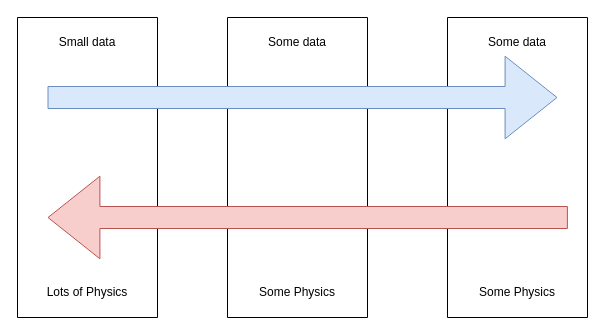
Before: 数据物理.drawio in 5huanghuai/Diagram, a draw.io diagram. Source tidied: cells renumbered, new cells numbered last; positions are measured from the earlier drawing's top-left corner, leaving out a move shared by most shapes. Both pictures are drawn from the tidied source at 100%, with x=0, y=0 at pixel (17, 17).
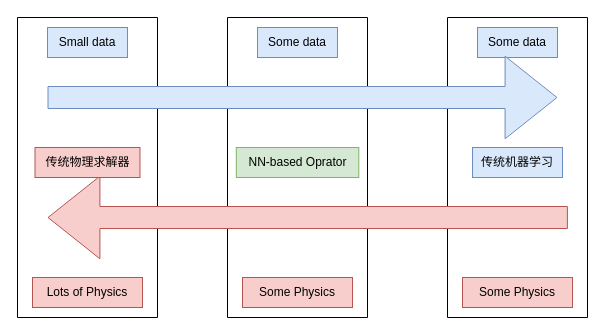
The same diagram, later.

Commit message (it also covers changes not shown here):
更新数据物理.drawio

What changed in the source:
```diff
@@
 <mxGraphModel>
   <root>
     <mxCell id="0" />
     <mxCell id="1" parent="0" />
     <mxCell id="2" style="verticalLabelPosition=bottom;verticalAlign=top;html=1;shape=mxgraph.basic.rect;fillColor2=none;strokeWidth=1;size=20;indent=5;" parent="1" vertex="1">
       <mxGeometry x="430" width="140" height="300" as="geometry" />
     </mxCell>
-    <mxCell id="3" value="Some data" style="text;html=1;strokeColor=none;fillColor=none;align=center;verticalAlign=middle;whiteSpace=wrap;rounded=0;" parent="1" vertex="1">
+    <mxCell id="3" value="Some data" style="text;html=1;strokeColor=#6c8ebf;fillColor=#dae8fc;align=center;verticalAlign=middle;whiteSpace=wrap;rounded=0;" parent="1" vertex="1">
       <mxGeometry x="460" y="10" width="80" height="30" as="geometry" />
     </mxCell>
-    <mxCell id="4" value="Some Physics" style="text;html=1;strokeColor=none;fillColor=none;align=center;verticalAlign=middle;whiteSpace=wrap;rounded=0;" parent="1" vertex="1">
+    <mxCell id="4" value="Some Physics" style="text;html=1;strokeColor=#b85450;fillColor=#f8cecc;align=center;verticalAlign=middle;whiteSpace=wrap;rounded=0;" parent="1" vertex="1">
       <mxGeometry x="445" y="260" width="110" height="30" as="geometry" />
     </mxCell>
     <mxCell id="5" style="verticalLabelPosition=bottom;verticalAlign=top;html=1;shape=mxgraph.basic.rect;fillColor2=none;strokeWidth=1;size=20;indent=5;" parent="1" vertex="1">
       <mxGeometry x="210" width="140" height="300" as="geometry" />
     </mxCell>
-    <mxCell id="6" value="Some data" style="text;html=1;strokeColor=none;fillColor=none;align=center;verticalAlign=middle;whiteSpace=wrap;rounded=0;" parent="1" vertex="1">
+    <mxCell id="6" value="Some data" style="text;html=1;strokeColor=#6c8ebf;fillColor=#dae8fc;align=center;verticalAlign=middle;whiteSpace=wrap;rounded=0;" parent="1" vertex="1">
       <mxGeometry x="240" y="10" width="80" height="30" as="geometry" />
     </mxCell>
-    <mxCell id="7" value="Some Physics" style="text;html=1;strokeColor=none;fillColor=none;align=center;verticalAlign=middle;whiteSpace=wrap;rounded=0;" parent="1" vertex="1">
+    <mxCell id="7" value="Some Physics" style="text;html=1;strokeColor=#b85450;fillColor=#f8cecc;align=center;verticalAlign=middle;whiteSpace=wrap;rounded=0;" parent="1" vertex="1">
       <mxGeometry x="225" y="260" width="110" height="30" as="geometry" />
     </mxCell>
     <mxCell id="8" style="verticalLabelPosition=bottom;verticalAlign=top;html=1;shape=mxgraph.basic.rect;fillColor2=none;strokeWidth=1;size=20;indent=5;" parent="1" vertex="1">
       <mxGeometry width="140" height="300" as="geometry" />
     </mxCell>
     <mxCell id="9" style="shape=flexArrow;endArrow=classic;html=1;rounded=0;width=22;endSize=16.972;endWidth=59.6;fillColor=#dae8fc;strokeColor=#6c8ebf;" parent="1" edge="1">
       <mxGeometry relative="1" as="geometry">
         <mxPoint x="30" y="80" as="sourcePoint" />
         <mxPoint x="540" y="80" as="targetPoint" />
       </mxGeometry>
     </mxCell>
     <mxCell id="10" style="shape=flexArrow;endArrow=classic;html=1;rounded=0;width=22;endSize=16.972;endWidth=59.6;fillColor=#f8cecc;strokeColor=#b85450;" parent="1" edge="1">
       <mxGeometry relative="1" as="geometry">
         <mxPoint x="550.4" y="200" as="sourcePoint" />
         <mxPoint x="30" y="200" as="targetPoint" />
       </mxGeometry>
     </mxCell>
-    <mxCell id="11" value="Small data" style="text;html=1;strokeColor=none;fillColor=none;align=center;verticalAlign=middle;whiteSpace=wrap;rounded=0;" parent="1" vertex="1">
+    <mxCell id="11" value="Small data" style="text;html=1;strokeColor=#6c8ebf;fillColor=#dae8fc;align=center;verticalAlign=middle;whiteSpace=wrap;rounded=0;" parent="1" vertex="1">
       <mxGeometry x="30" y="10" width="80" height="30" as="geometry" />
     </mxCell>
-    <mxCell id="12" value="Lots of Physics" style="text;html=1;strokeColor=none;fillColor=none;align=center;verticalAlign=middle;whiteSpace=wrap;rounded=0;" parent="1" vertex="1">
+    <mxCell id="12" value="Lots of Physics" style="text;html=1;strokeColor=#b85450;fillColor=#f8cecc;align=center;verticalAlign=middle;whiteSpace=wrap;rounded=0;" parent="1" vertex="1">
       <mxGeometry x="15" y="260" width="110" height="30" as="geometry" />
     </mxCell>
+    <mxCell id="13" value="传统机器学习" style="text;html=1;strokeColor=#6c8ebf;fillColor=#dae8fc;align=center;verticalAlign=middle;whiteSpace=wrap;rounded=0;" parent="1" vertex="1">
+      <mxGeometry x="455" y="130" width="90" height="30" as="geometry" />
+    </mxCell>
+    <mxCell id="14" value="传统物理求解器" style="text;html=1;strokeColor=#b85450;fillColor=#f8cecc;align=center;verticalAlign=middle;whiteSpace=wrap;rounded=0;" parent="1" vertex="1">
+      <mxGeometry x="17.5" y="130" width="105" height="30" as="geometry" />
+    </mxCell>
+    <mxCell id="15" value="NN-based Oprator" style="text;html=1;strokeColor=#82b366;fillColor=#d5e8d4;align=center;verticalAlign=middle;whiteSpace=wrap;rounded=0;" parent="1" vertex="1">
+      <mxGeometry x="218.8" y="130" width="122.5" height="30" as="geometry" />
+    </mxCell>
   </root>
 </mxGraphModel>
```
